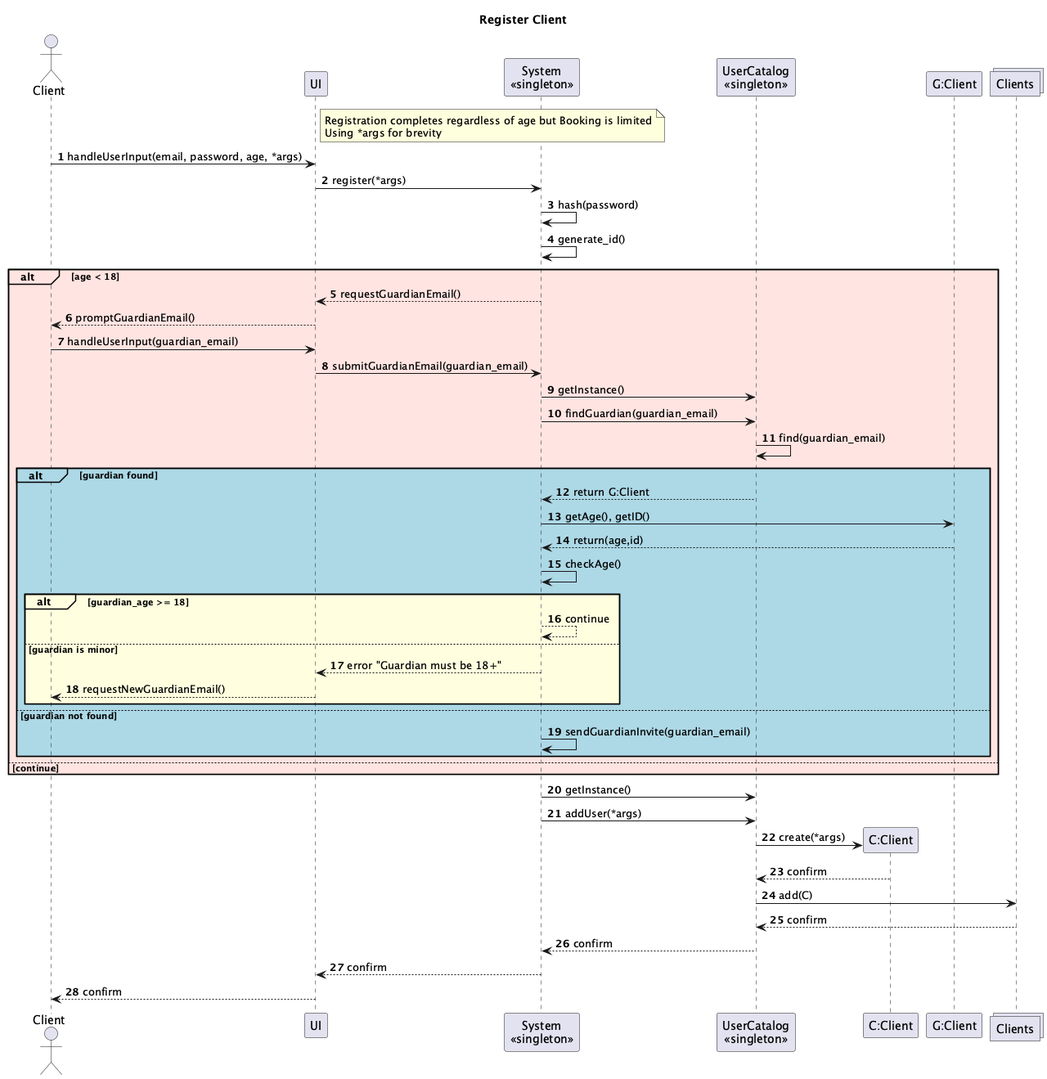
Before: System-Diagrams/UML Interaction/Client/Client-Interactions.png, a diagram exported from PlantUML (vibqetowi/soen-342-project).
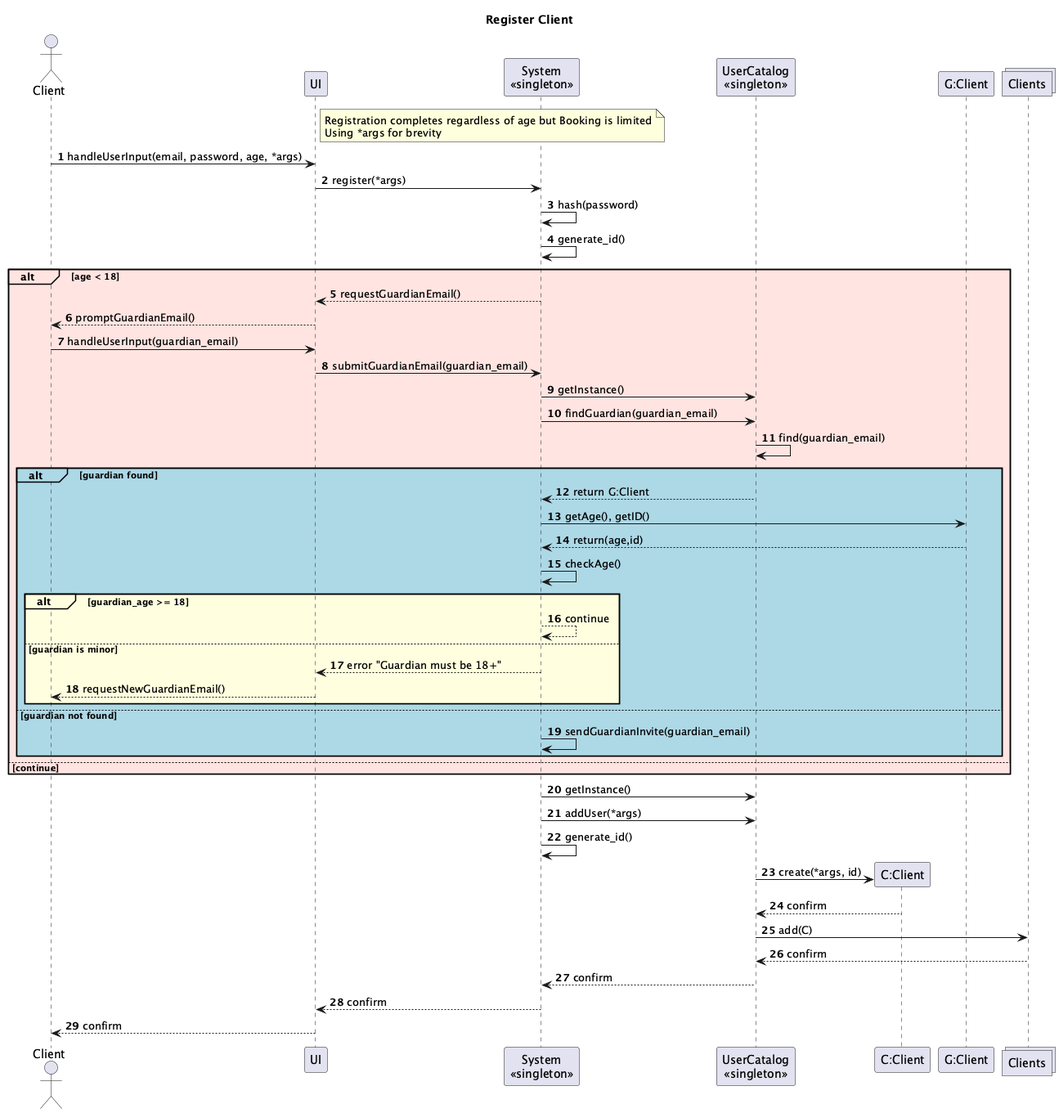
The same file after the commit.

The edit, as a diff of the source:
```diff
@@ -53,7 +53,8 @@
 
 System -> UserCatalog: getInstance()
 System -> UserCatalog: addUser(*args)
-UserCatalog -> User **: create(*args)
+System -> System: generate_id()
+UserCatalog -> User **: create(*args, id)
 User --> UserCatalog: confirm
 UserCatalog -> Clients: add(C)
 Clients --> UserCatalog: confirm
```
